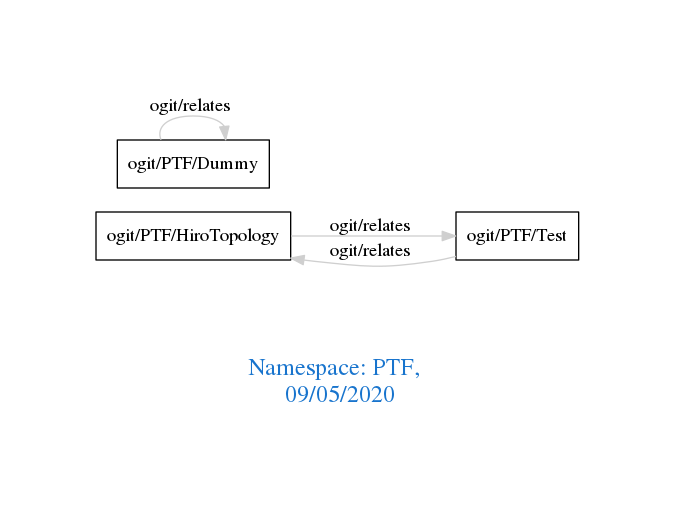
arago/OGIT keeps this Graphviz diagram as downloads/PTF.png. Above is the earlier version. Its source is kept beside it as downloads/PTF.dot.
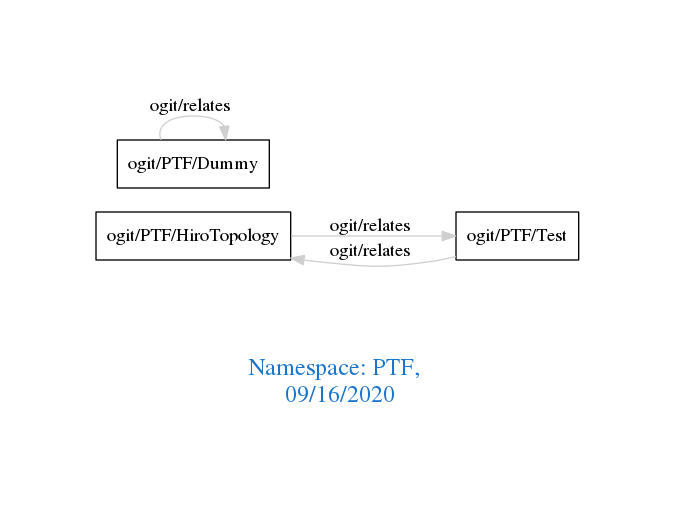
Above is the later version.

The edit, as a diff of the source:
```diff
@@ -1,7 +1,7 @@
 digraph OGIT_ontology {
  graph [ rankdir= LR,pad=1
 fontsize = 18,
-fontcolor= dodgerblue3,label = "\n\n\nNamespace: PTF, \n 09/05/2020"];
+fontcolor= dodgerblue3,label = "\n\n\nNamespace: PTF, \n 09/16/2020"];
 node[shape=polygon];
 edge [  color="gray81"];
 
```
